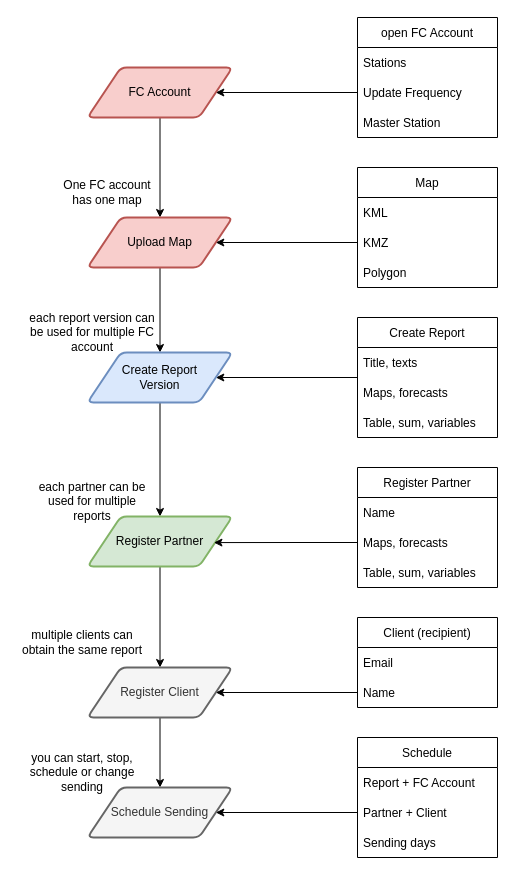
Above: agriiport.drawio in ODAPES/system_documentation (draw.io), before the change. Source tidied: cells renumbered, new cells numbered last; positions are measured from the earlier drawing's top-left corner, leaving out a move shared by most shapes. Both pictures are drawn from the tidied source at 100%, with x=0, y=0 at pixel (17, 17).
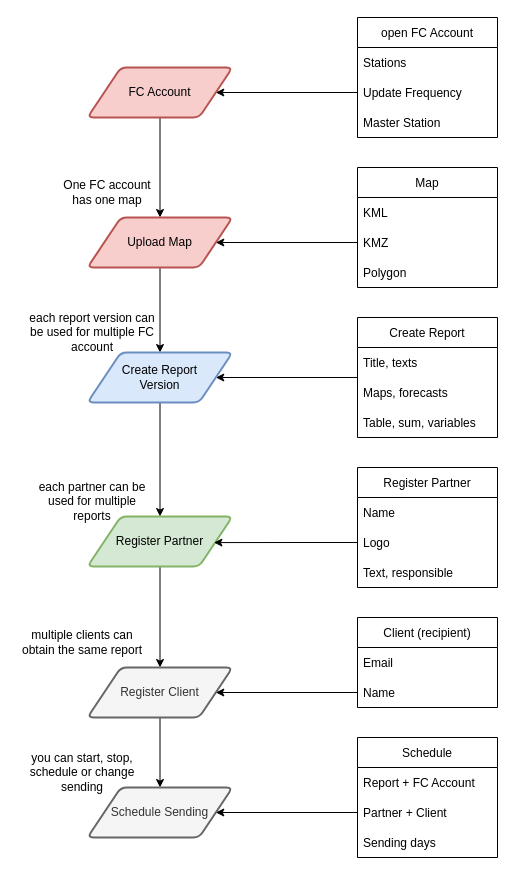
The same diagram, later.

Unchanged cells that the change refers to:
```xml
<mxCell id="11" value="Register Partner" style="swimlane;fontStyle=0;horizontal=1;startSize=30;" parent="1" vertex="1">
  <mxGeometry x="340" y="450" width="140" height="120" as="geometry" />
</mxCell>
```

What changed in the source:
```diff
@@
-    <mxCell id="13" value="Maps, forecasts" style="text;strokeColor=none;fillColor=none;align=left;verticalAlign=middle;spacingLeft=4;spacingRight=4;overflow=hidden;points=[[0,0.5],[1,0.5]];portConstraint=eastwest;" parent="11" vertex="1">
+    <mxCell id="13" value="Logo" style="text;strokeColor=none;fillColor=none;align=left;verticalAlign=middle;spacingLeft=4;spacingRight=4;overflow=hidden;points=[[0,0.5],[1,0.5]];portConstraint=eastwest;" parent="11" vertex="1">
       <mxGeometry y="60" width="140" height="30" as="geometry" />
     </mxCell>
-    <mxCell id="14" value="Table, sum, variables" style="text;strokeColor=none;fillColor=none;align=left;verticalAlign=middle;spacingLeft=4;spacingRight=4;overflow=hidden;" parent="11" vertex="1">
+    <mxCell id="14" value="Text, responsible" style="text;strokeColor=none;fillColor=none;align=left;verticalAlign=middle;spacingLeft=4;spacingRight=4;overflow=hidden;" parent="11" vertex="1">
       <mxGeometry y="90" width="140" height="30" as="geometry" />
     </mxCell>
```
